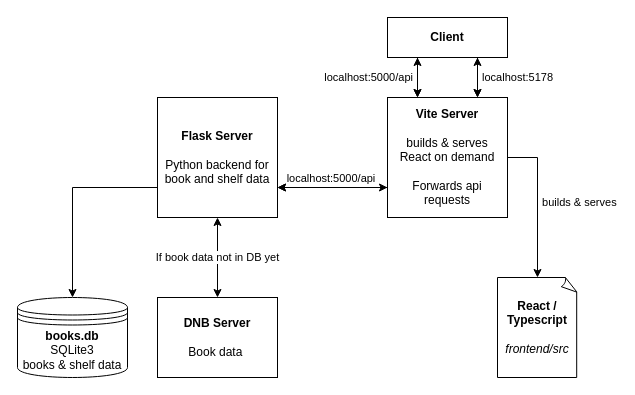
Earlier version of the draw.io diagram documentation/dev-setup-prod-setup-servers/setup-dev.drawio (JRuf02/bookfinder). Source tidied: cells renumbered, new cells numbered last; positions are measured from the earlier drawing's top-left corner, leaving out a move shared by most shapes. Both pictures are drawn from the tidied source at 100%, with x=0, y=0 at pixel (17, 17).
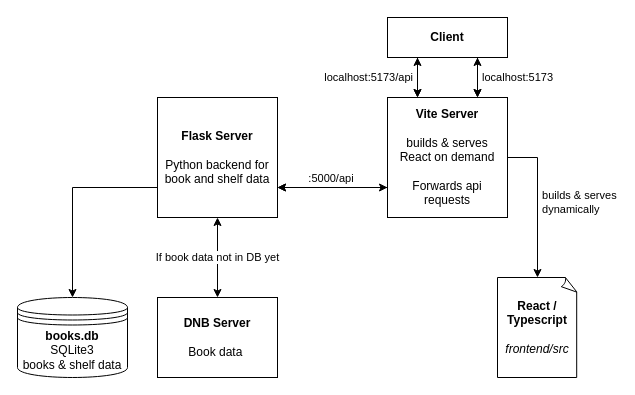
Above is the later version.

The change refers to these unchanged cells:
```xml
<mxCell id="2" value="&lt;b&gt;Client&lt;/b&gt;" style="html=1;whiteSpace=wrap;" parent="1" vertex="1">
  <mxGeometry x="370" width="120" height="40" as="geometry" />
</mxCell>
<mxCell id="3" value="&lt;div&gt;&lt;b&gt;Vite Server&lt;/b&gt;&lt;/div&gt;&lt;div&gt;&lt;b&gt;&lt;br&gt;&lt;/b&gt;&lt;/div&gt;&lt;div&gt;builds &amp;amp; serves&lt;/div&gt;&lt;div&gt;React on demand&lt;/div&gt;&lt;div&gt;&lt;br&gt;&lt;/div&gt;&lt;div&gt;Forwards api requests&lt;/div&gt;" style="html=1;whiteSpace=wrap;" parent="1" vertex="1">
  <mxGeometry x="370" y="80" width="120" height="120" as="geometry" />
</mxCell>
<mxCell id="4" value="&lt;div&gt;&lt;b&gt;Flask Server&lt;/b&gt;&lt;/div&gt;&lt;div&gt;&lt;b&gt;&lt;br&gt;&lt;/b&gt;&lt;/div&gt;&lt;div&gt;Python backend for book&amp;nbsp;and shelf data&lt;/div&gt;" style="html=1;whiteSpace=wrap;" parent="1" vertex="1">
  <mxGeometry x="140" y="80" width="120" height="120" as="geometry" />
</mxCell>
<mxCell id="11" value="&lt;div&gt;&lt;b&gt;React / Typescript&lt;/b&gt;&lt;/div&gt;&lt;div&gt;&lt;b&gt;&lt;br&gt;&lt;/b&gt;&lt;/div&gt;&lt;div&gt;&lt;i&gt;frontend/src&lt;/i&gt;&lt;/div&gt;" style="whiteSpace=wrap;html=1;shape=mxgraph.basic.document;" parent="1" vertex="1">
  <mxGeometry x="480" y="260" width="80" height="100" as="geometry" />
</mxCell>
```

The edit, as a diff of the source:
```diff
@@
-    <mxCell id="6" value="&lt;div align=&quot;right&quot;&gt;localhost:5000/api&amp;nbsp;&lt;/div&gt;" style="endArrow=classic;html=1;rounded=0;exitX=0.25;exitY=1;exitDx=0;exitDy=0;entryX=0.25;entryY=0;entryDx=0;entryDy=0;align=right;" parent="1" edge="1" source="2" target="3">
+    <mxCell id="6" value="&lt;div align=&quot;right&quot;&gt;localhost:5173/api&amp;nbsp;&lt;/div&gt;" style="endArrow=classic;html=1;rounded=0;exitX=0.25;exitY=1;exitDx=0;exitDy=0;entryX=0.25;entryY=0;entryDx=0;entryDy=0;align=right;" parent="1" edge="1" source="2" target="3">
       <mxGeometry relative="1" as="geometry" />
     </mxCell>
-    <mxCell id="7" value="&lt;div align=&quot;left&quot;&gt;&amp;nbsp;localhost:5178&lt;/div&gt;" style="endArrow=classic;html=1;rounded=0;entryX=0.75;entryY=0;entryDx=0;entryDy=0;exitX=0.75;exitY=1;exitDx=0;exitDy=0;align=left;" parent="1" edge="1" source="2" target="3">
+    <mxCell id="7" value="&lt;div align=&quot;left&quot;&gt;&amp;nbsp;localhost:5173&lt;/div&gt;" style="endArrow=classic;html=1;rounded=0;entryX=0.75;entryY=0;entryDx=0;entryDy=0;exitX=0.75;exitY=1;exitDx=0;exitDy=0;align=left;" parent="1" edge="1" source="2" target="3">
       <mxGeometry relative="1" as="geometry">
         <Array as="points">
           <mxPoint x="460" y="60" />
         </Array>
       </mxGeometry>
     </mxCell>
@@
-    <mxCell id="12" value="&amp;nbsp;builds &amp;amp; serves" style="endArrow=classic;html=1;rounded=0;exitX=1;exitY=0.5;exitDx=0;exitDy=0;entryX=0.5;entryY=0;entryDx=0;entryDy=0;entryPerimeter=0;align=left;" parent="1" edge="1" source="3" target="11">
+    <mxCell id="12" value="&lt;div&gt;&amp;nbsp;builds &amp;amp; serves&lt;/div&gt;&lt;div&gt;&amp;nbsp;dynamically&lt;/div&gt;" style="endArrow=classic;html=1;rounded=0;exitX=1;exitY=0.5;exitDx=0;exitDy=0;entryX=0.5;entryY=0;entryDx=0;entryDy=0;entryPerimeter=0;align=left;" parent="1" edge="1" source="3" target="11">
       <mxGeometry relative="1" as="geometry">
         <Array as="points">
           <mxPoint x="520" y="140" />
         </Array>
       </mxGeometry>
     </mxCell>
-    <mxCell id="13" value="&lt;div align=&quot;center&quot;&gt;localhost:5000/api&amp;nbsp;&lt;/div&gt;" style="endArrow=classic;html=1;rounded=0;exitX=0;exitY=0.75;exitDx=0;exitDy=0;entryX=1;entryY=0.75;entryDx=0;entryDy=0;align=center;verticalAlign=bottom;" parent="1" edge="1" source="3" target="4">
+    <mxCell id="13" value="&lt;div align=&quot;center&quot;&gt;:5000/api&amp;nbsp;&lt;/div&gt;" style="endArrow=classic;html=1;rounded=0;exitX=0;exitY=0.75;exitDx=0;exitDy=0;entryX=1;entryY=0.75;entryDx=0;entryDy=0;align=center;verticalAlign=bottom;" parent="1" edge="1" source="3" target="4">
       <mxGeometry relative="1" as="geometry" />
     </mxCell>
```
